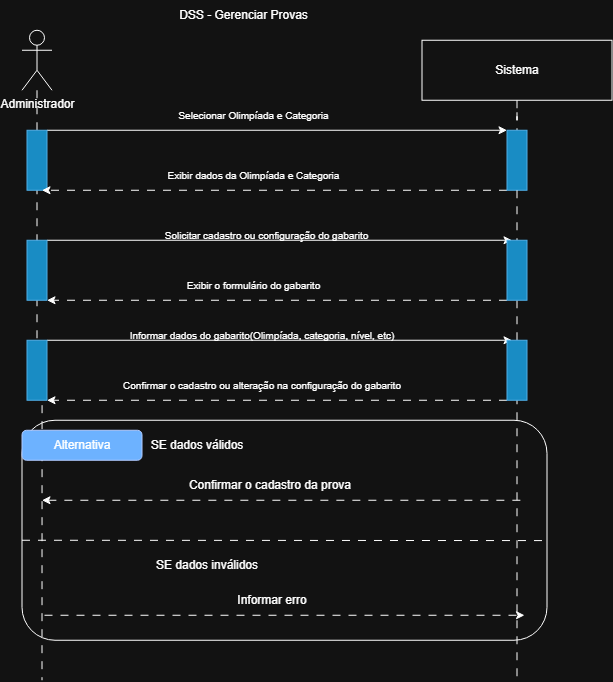
ltcassis/RESAB-Engenharia-de-Soft keeps this draw.io diagram as diagrama_sequência_sistema_altaprioridade/Gerenciar Provas.png. Above is the earlier version. Source tidied: cells renumbered, new cells last; positions are measured from the earlier drawing's top-left corner, leaving out a move shared by most shapes. Source of this version:
```xml
<mxGraphModel>
  <root>
    <mxCell id="0" />
    <mxCell id="1" parent="0" />
    <mxCell id="2" style="rounded=1;whiteSpace=wrap;html=1;labelBackgroundColor=none;fillColor=none;" parent="1" vertex="1">
      <mxGeometry y="420" width="525" height="220" as="geometry" />
    </mxCell>
    <mxCell id="3" style="edgeStyle=orthogonalEdgeStyle;rounded=0;jettySize=auto;html=1;dashed=1;dashPattern=8 8;endArrow=none;endFill=0;" parent="1" edge="1" source="4">
      <mxGeometry relative="1" as="geometry">
        <mxPoint x="20" y="680" as="targetPoint" />
      </mxGeometry>
    </mxCell>
    <mxCell id="4" value="Administrador&lt;div&gt;&lt;br&gt;&lt;/div&gt;" style="shape=umlActor;verticalLabelPosition=bottom;verticalAlign=top;html=1;outlineConnect=0;" parent="1" vertex="1">
      <mxGeometry y="30" width="30" height="60" as="geometry" />
    </mxCell>
    <mxCell id="5" style="rounded=0;whiteSpace=wrap;html=1;" parent="1" vertex="1">
      <mxGeometry x="400" y="40" width="190" height="60" as="geometry" />
    </mxCell>
    <mxCell id="6" value="Sistema" style="text;html=1;whiteSpace=wrap;strokeColor=none;fillColor=none;align=center;verticalAlign=middle;rounded=0;" parent="1" vertex="1">
      <mxGeometry x="465" y="55" width="60" height="30" as="geometry" />
    </mxCell>
    <mxCell id="7" style="edgeStyle=orthogonalEdgeStyle;rounded=0;jettySize=auto;html=1;dashed=1;dashPattern=8 8;endArrow=none;endFill=0;exitX=0.5;exitY=1;exitDx=0;exitDy=0;" parent="1" edge="1" source="20">
      <mxGeometry relative="1" as="geometry">
        <mxPoint x="495" y="680" as="targetPoint" />
        <Array as="points">
          <mxPoint x="495" y="490" />
          <mxPoint x="495" y="490" />
        </Array>
      </mxGeometry>
    </mxCell>
    <mxCell id="8" value="DSS - Gerenciar Provas" style="text;html=1;whiteSpace=wrap;strokeColor=none;fillColor=none;align=center;verticalAlign=middle;rounded=0;" parent="1" vertex="1">
      <mxGeometry x="129" width="185" height="30" as="geometry" />
    </mxCell>
    <mxCell id="9" style="edgeStyle=none;rounded=0;jettySize=auto;html=1;exitX=1;exitY=0;exitDx=0;exitDy=0;entryX=0;entryY=0;entryDx=0;entryDy=0;" parent="1" edge="1" source="10" target="13">
      <mxGeometry relative="1" as="geometry" />
    </mxCell>
    <mxCell id="10" style="rounded=0;whiteSpace=wrap;html=1;fillColor=#1ba1e2;fontColor=#ffffff;strokeColor=#006EAF;" parent="1" vertex="1">
      <mxGeometry x="5" y="130" width="20" height="60" as="geometry" />
    </mxCell>
    <mxCell id="11" style="edgeStyle=orthogonalEdgeStyle;rounded=0;jettySize=auto;html=1;dashed=1;dashPattern=8 8;endArrow=none;endFill=0;exitX=0.5;exitY=1;exitDx=0;exitDy=0;" parent="1" edge="1" source="5" target="13">
      <mxGeometry relative="1" as="geometry" />
    </mxCell>
    <mxCell id="12" style="edgeStyle=none;rounded=0;jettySize=auto;html=1;exitX=0;exitY=1;exitDx=0;exitDy=0;entryX=0.75;entryY=1;entryDx=0;entryDy=0;dashed=1;dashPattern=8 8;" parent="1" edge="1" source="13" target="10">
      <mxGeometry relative="1" as="geometry" />
    </mxCell>
    <mxCell id="13" style="rounded=0;whiteSpace=wrap;html=1;fillColor=#1ba1e2;fontColor=#ffffff;strokeColor=#006EAF;" parent="1" vertex="1">
      <mxGeometry x="485" y="130" width="20" height="60" as="geometry" />
    </mxCell>
    <mxCell id="14" value="Selecionar Olimpíada e Categoria" style="text;html=1;whiteSpace=wrap;strokeColor=none;fillColor=none;align=center;verticalAlign=middle;rounded=0;fontSize=10;" parent="1" vertex="1">
      <mxGeometry x="129" y="100" width="205" height="30" as="geometry" />
    </mxCell>
    <mxCell id="15" value="Exibir dados da Olimpíada e Categoria" style="text;html=1;whiteSpace=wrap;strokeColor=none;fillColor=none;align=center;verticalAlign=middle;rounded=0;fontSize=10;" parent="1" vertex="1">
      <mxGeometry x="129" y="160" width="205" height="30" as="geometry" />
    </mxCell>
    <mxCell id="16" style="edgeStyle=none;rounded=0;jettySize=auto;html=1;exitX=1;exitY=0;exitDx=0;exitDy=0;entryX=0.25;entryY=0;entryDx=0;entryDy=0;" parent="1" edge="1" source="17" target="20">
      <mxGeometry relative="1" as="geometry" />
    </mxCell>
    <mxCell id="17" style="rounded=0;whiteSpace=wrap;html=1;fillColor=#1ba1e2;fontColor=#ffffff;strokeColor=#006EAF;" parent="1" vertex="1">
      <mxGeometry x="5" y="240" width="20" height="60" as="geometry" />
    </mxCell>
    <mxCell id="18" style="edgeStyle=orthogonalEdgeStyle;rounded=0;jettySize=auto;html=1;dashed=1;dashPattern=8 8;endArrow=none;endFill=0;exitX=0.5;exitY=1;exitDx=0;exitDy=0;" parent="1" edge="1" source="13" target="20">
      <mxGeometry relative="1" as="geometry" />
    </mxCell>
    <mxCell id="19" style="edgeStyle=none;rounded=0;jettySize=auto;html=1;exitX=0;exitY=1;exitDx=0;exitDy=0;entryX=1;entryY=1;entryDx=0;entryDy=0;dashed=1;dashPattern=8 8;" parent="1" edge="1" source="20" target="17">
      <mxGeometry relative="1" as="geometry" />
    </mxCell>
    <mxCell id="20" style="rounded=0;whiteSpace=wrap;html=1;fillColor=#1ba1e2;fontColor=#ffffff;strokeColor=#006EAF;" parent="1" vertex="1">
      <mxGeometry x="485" y="240" width="20" height="60" as="geometry" />
    </mxCell>
    <mxCell id="21" value="Solicitar cadastro ou configuração do gabarito" style="text;html=1;whiteSpace=wrap;strokeColor=none;fillColor=none;align=center;verticalAlign=middle;rounded=0;fontSize=10;" parent="1" vertex="1">
      <mxGeometry x="129" y="220" width="231" height="30" as="geometry" />
    </mxCell>
    <mxCell id="22" value="Exibir o formulário do gabarito" style="text;html=1;whiteSpace=wrap;strokeColor=none;fillColor=none;align=center;verticalAlign=middle;rounded=0;fontSize=10;" parent="1" vertex="1">
      <mxGeometry x="129" y="270" width="205" height="30" as="geometry" />
    </mxCell>
    <mxCell id="23" style="edgeStyle=none;rounded=0;jettySize=auto;html=1;exitX=1;exitY=0;exitDx=0;exitDy=0;entryX=0.25;entryY=0;entryDx=0;entryDy=0;" parent="1" edge="1" source="24" target="26">
      <mxGeometry relative="1" as="geometry" />
    </mxCell>
    <mxCell id="24" style="rounded=0;whiteSpace=wrap;html=1;fillColor=#1ba1e2;fontColor=#ffffff;strokeColor=#006EAF;" parent="1" vertex="1">
      <mxGeometry x="5" y="340" width="20" height="60" as="geometry" />
    </mxCell>
    <mxCell id="25" style="edgeStyle=none;rounded=0;jettySize=auto;html=1;exitX=0;exitY=1;exitDx=0;exitDy=0;entryX=1;entryY=1;entryDx=0;entryDy=0;dashed=1;dashPattern=8 8;" parent="1" edge="1" source="26" target="24">
      <mxGeometry relative="1" as="geometry" />
    </mxCell>
    <mxCell id="26" style="rounded=0;whiteSpace=wrap;html=1;fillColor=#1ba1e2;fontColor=#ffffff;strokeColor=#006EAF;" parent="1" vertex="1">
      <mxGeometry x="485" y="340" width="20" height="60" as="geometry" />
    </mxCell>
    <mxCell id="27" value="Informar dados do gabarito(Olimpíada, categoria, nível, etc)" style="text;html=1;whiteSpace=wrap;strokeColor=none;fillColor=none;align=center;verticalAlign=middle;rounded=0;fontSize=10;" parent="1" vertex="1">
      <mxGeometry x="70" y="320" width="340" height="30" as="geometry" />
    </mxCell>
    <mxCell id="28" value="Confirmar o cadastro ou alteração na configuração do gabarito" style="text;html=1;whiteSpace=wrap;strokeColor=none;fillColor=none;align=center;verticalAlign=middle;rounded=0;fontSize=10;" parent="1" vertex="1">
      <mxGeometry x="70" y="370" width="340" height="30" as="geometry" />
    </mxCell>
    <mxCell id="29" style="rounded=1;whiteSpace=wrap;html=1;fillColor=#0050ef;fontColor=#ffffff;strokeColor=#001DBC;" parent="1" vertex="1">
      <mxGeometry y="430" width="120" height="30" as="geometry" />
    </mxCell>
    <mxCell id="30" value="Alternativa" style="text;html=1;whiteSpace=wrap;strokeColor=none;fillColor=none;align=center;verticalAlign=middle;rounded=0;" parent="1" vertex="1">
      <mxGeometry x="30" y="430" width="60" height="30" as="geometry" />
    </mxCell>
    <mxCell id="31" value="SE dados válidos" style="text;html=1;whiteSpace=wrap;strokeColor=none;fillColor=none;align=center;verticalAlign=middle;rounded=0;" parent="1" vertex="1">
      <mxGeometry x="110" y="430" width="130" height="30" as="geometry" />
    </mxCell>
    <mxCell id="32" style="rounded=0;orthogonalLoop=1;jettySize=auto;html=1;innerLoopWaypoints=1;dashed=1;dashPattern=8 8;endArrow=none;endFill=0;startArrow=classic;startFill=1;" parent="1" edge="1">
      <mxGeometry relative="1" as="geometry">
        <mxPoint x="20" y="500" as="sourcePoint" />
        <mxPoint x="500" y="500" as="targetPoint" />
      </mxGeometry>
    </mxCell>
    <mxCell id="33" value="Confirmar o cadastro da prova" style="text;html=1;whiteSpace=wrap;strokeColor=none;fillColor=none;align=center;verticalAlign=middle;rounded=0;" parent="1" vertex="1">
      <mxGeometry x="90" y="470" width="316" height="30" as="geometry" />
    </mxCell>
    <mxCell id="34" style="rounded=0;jettySize=auto;html=1;innerLoopWaypoints=1;exitX=0;exitY=0.75;exitDx=0;exitDy=0;dashed=1;dashPattern=8 8;endArrow=none;endFill=0;entryX=0.997;entryY=0.547;entryDx=0;entryDy=0;entryPerimeter=0;" parent="1" edge="1" target="2">
      <mxGeometry relative="1" as="geometry">
        <mxPoint y="540" as="sourcePoint" />
      </mxGeometry>
    </mxCell>
    <mxCell id="35" style="rounded=0;orthogonalLoop=1;jettySize=auto;html=1;innerLoopWaypoints=1;dashed=1;dashPattern=8 8;endArrow=classic;endFill=1;startArrow=none;startFill=0;" parent="1" edge="1">
      <mxGeometry relative="1" as="geometry">
        <mxPoint x="22.5" y="615" as="sourcePoint" />
        <mxPoint x="502.5" y="615" as="targetPoint" />
      </mxGeometry>
    </mxCell>
    <mxCell id="36" value="Informar erro" style="text;html=1;whiteSpace=wrap;strokeColor=none;fillColor=none;align=center;verticalAlign=middle;rounded=0;" parent="1" vertex="1">
      <mxGeometry x="92.5" y="585" width="316" height="30" as="geometry" />
    </mxCell>
    <mxCell id="37" value="SE dados inválidos" style="text;html=1;whiteSpace=wrap;strokeColor=none;fillColor=none;align=center;verticalAlign=middle;rounded=0;" parent="1" vertex="1">
      <mxGeometry x="120" y="550" width="130" height="30" as="geometry" />
    </mxCell>
  </root>
</mxGraphModel>
```
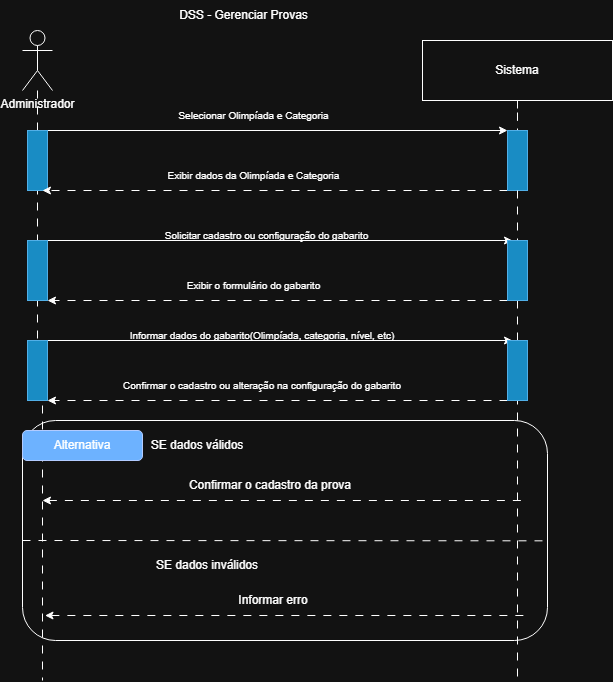
Later version of the same file.

What changed in the source:
```diff
@@ -114,7 +114,7 @@
         <mxPoint y="540" as="sourcePoint" />
       </mxGeometry>
     </mxCell>
-    <mxCell id="35" style="rounded=0;orthogonalLoop=1;jettySize=auto;html=1;innerLoopWaypoints=1;dashed=1;dashPattern=8 8;endArrow=classic;endFill=1;startArrow=none;startFill=0;" parent="1" edge="1">
+    <mxCell id="35" style="rounded=0;orthogonalLoop=1;jettySize=auto;html=1;innerLoopWaypoints=1;dashed=1;dashPattern=8 8;endArrow=none;endFill=0;startArrow=classic;startFill=1;" parent="1" edge="1">
       <mxGeometry relative="1" as="geometry">
         <mxPoint x="22.5" y="615" as="sourcePoint" />
         <mxPoint x="502.5" y="615" as="targetPoint" />
```
